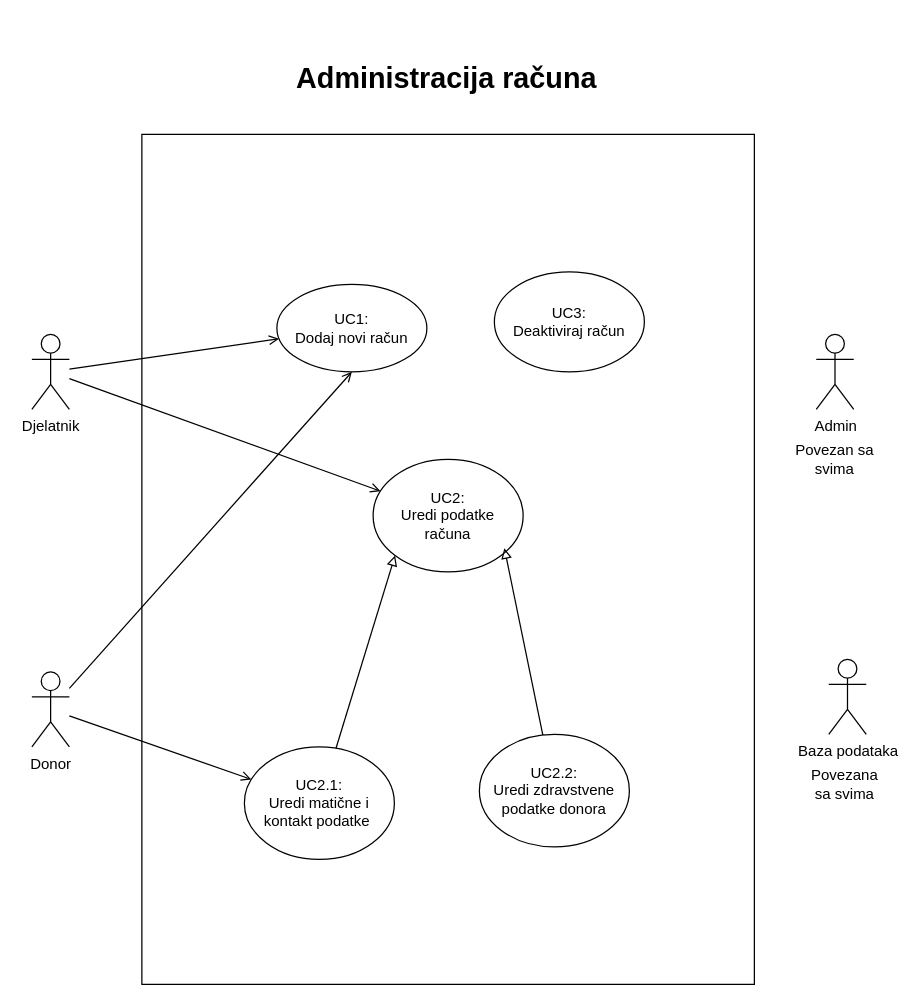
Before: page "1 - Administracija računa" (1 of 6) of Dokumentacija/Use cases/Use Cases.drawio in ToniIvankovic/TrueBlood, a draw.io diagram. Source tidied: cells renumbered, new cells numbered last; positions are measured from the earlier drawing's top-left corner, leaving out a move shared by most shapes. Both pictures are drawn from the tidied source at 125%, with x=0, y=0 at pixel (31, 21).
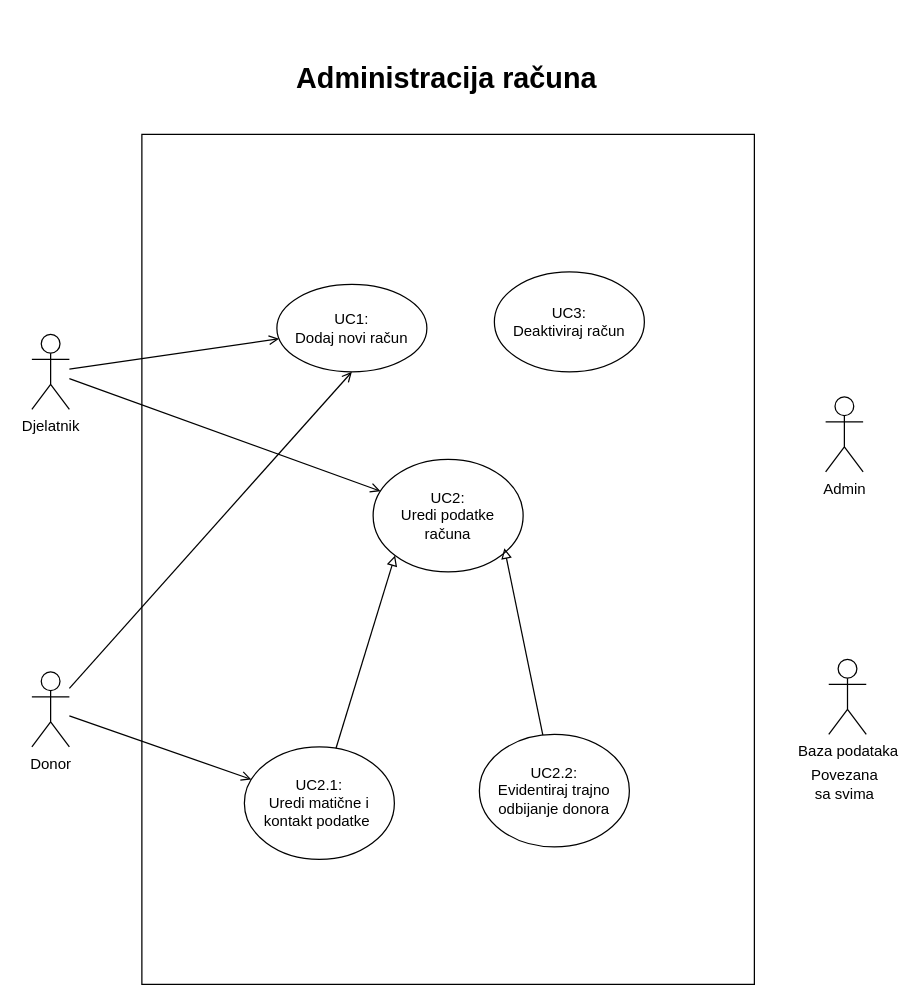
The same diagram, later.

The edit, as a diff of the source:
```diff
@@
-    <mxCell id="7" value="UC2.2:&lt;br&gt;Uredi zdravstvene podatke donora" style="ellipse;whiteSpace=wrap;html=1;" parent="1" vertex="1">
+    <mxCell id="7" value="UC2.2:&lt;br&gt;Evidentiraj trajno odbijanje donora" style="ellipse;whiteSpace=wrap;html=1;" parent="1" vertex="1">
       <mxGeometry x="358" y="570" width="120" height="90" as="geometry" />
     </mxCell>
@@
     <mxCell id="10" value="Admin" style="shape=umlActor;verticalLabelPosition=bottom;verticalAlign=top;html=1;" parent="1" vertex="1">
-      <mxGeometry x="627.5" y="250" width="30" height="60" as="geometry" />
+      <mxGeometry x="635" y="300" width="30" height="60" as="geometry" />
     </mxCell>
@@
-    <mxCell id="19" value="Povezan&amp;nbsp;sa svima" style="text;html=1;strokeColor=none;fillColor=none;align=center;verticalAlign=middle;whiteSpace=wrap;rounded=0;" parent="1" vertex="1">
-      <mxGeometry x="610" y="340" width="65" height="20" as="geometry" />
-    </mxCell>
```
